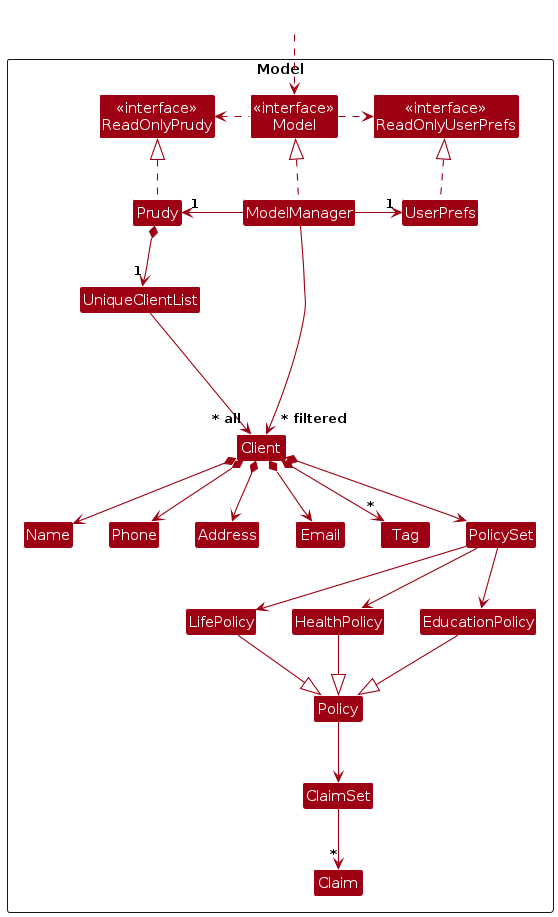
Before: diagrams/ModelClassDiagram.png, a diagram exported from PlantUML (AY2425S1-CS2103T-T14-1/tp). Its source is kept beside it as diagrams/ModelClassDiagram.puml.
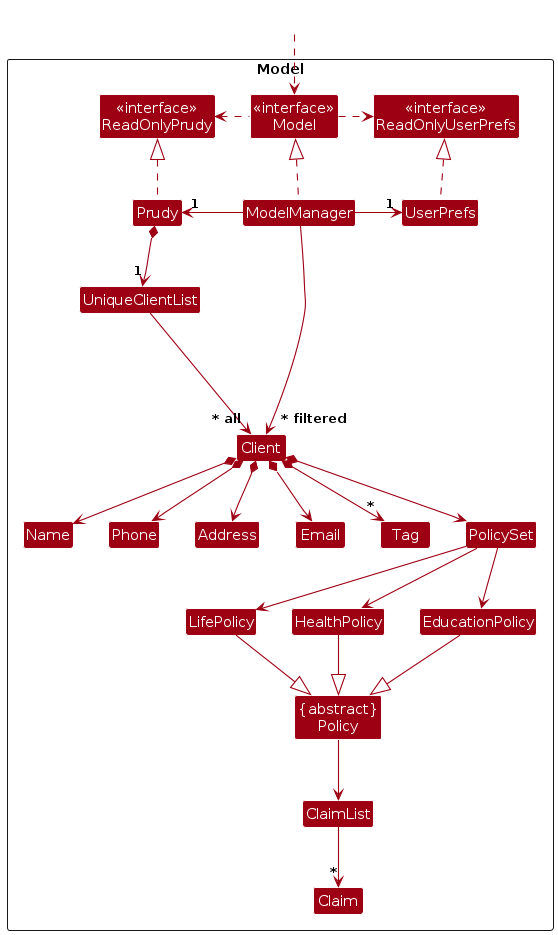
After the change.

Diff of the diagram source:
```diff
@@ -23,8 +23,8 @@
 Class LifePolicy
 Class HealthPolicy
 Class EducationPolicy
-Class Policy
-Class ClaimSet
+Class "{abstract}\nPolicy" as Policy
+Class ClaimList
 Class Claim
 
 Class I #FFFFFF
@@ -56,8 +56,8 @@
 LifePolicy --|> Policy
 HealthPolicy --|> Policy
 EducationPolicy --|> Policy
-Policy --> ClaimSet
-ClaimSet --> "*" Claim
+Policy --> ClaimList
+ClaimList --> "*" Claim
 
 Client -[hidden]up--> I
 UniqueClientList -[hidden]right-> I
```
